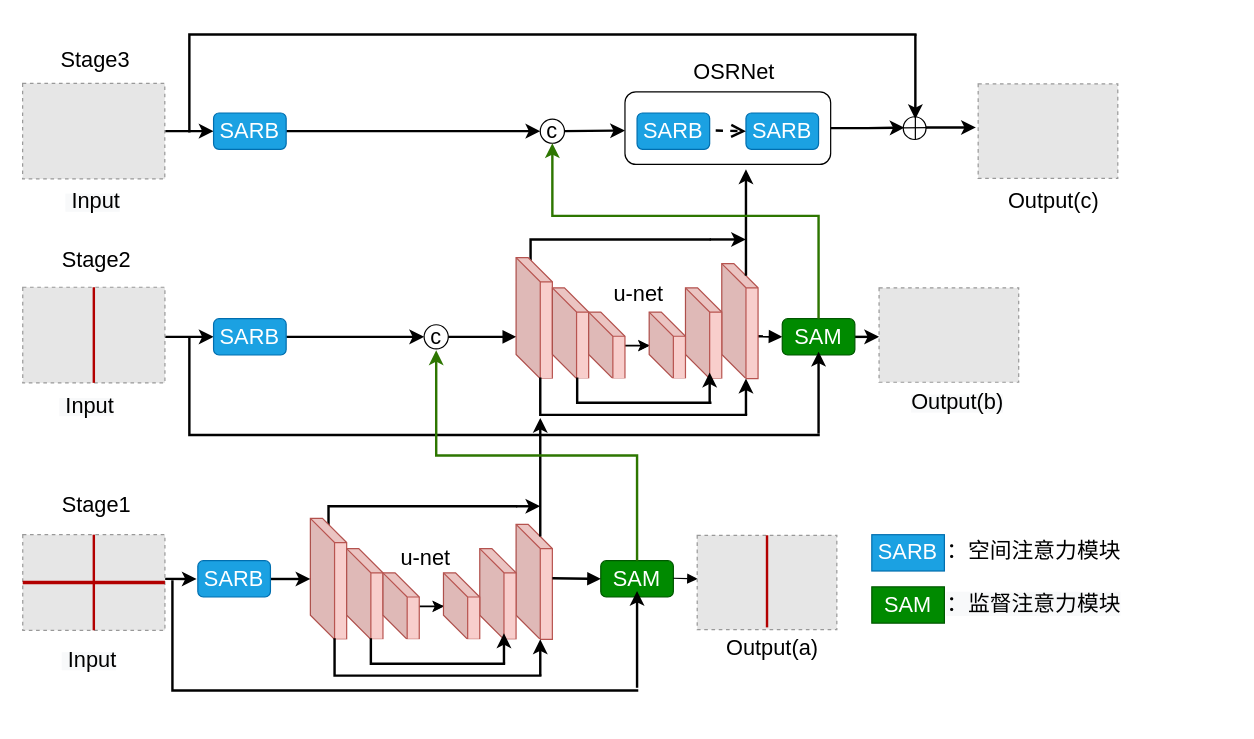
This is SARB.drawio from hornchan/mytest, a draw.io file, before an edit. Source tidied: cells renumbered, new cells numbered last; positions are measured from the earlier drawing's top-left corner, leaving out a move shared by most shapes. Both pictures are drawn from the tidied source at 121%, with x=0, y=0 at pixel (22, 34). Pictures stored in the file or linked from it are replaced by grey dashed boxes.
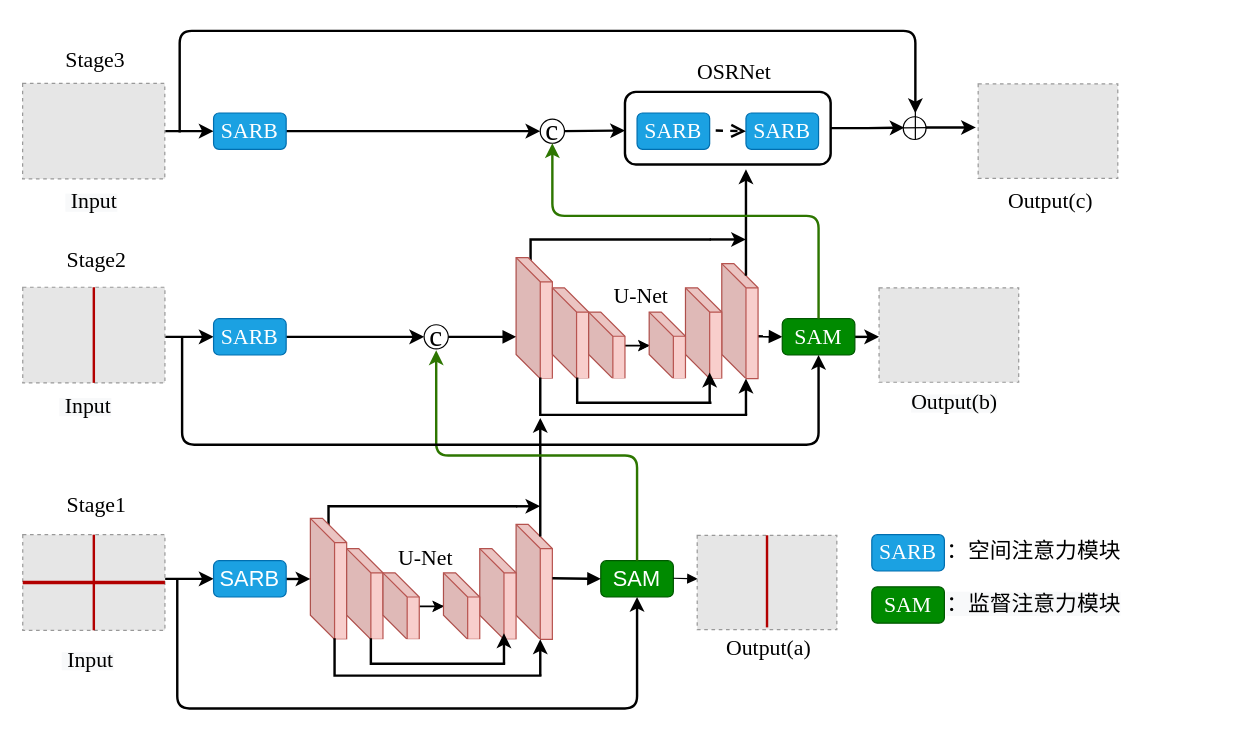
Above is the later version.

The change refers to these unchanged cells:
```xml
<mxCell id="4" value="&lt;font style=&quot;font-size: 18px&quot;&gt;SAM&lt;/font&gt;" style="rounded=1;whiteSpace=wrap;html=1;fontSize=18;fillColor=#008a00;strokeColor=#005700;fontColor=#ffffff;" parent="1" vertex="1">
  <mxGeometry x="478" y="434.9" width="60" height="30" as="geometry" />
</mxCell>
```

The edit, as a diff of the source:
```diff
@@
-    <mxCell id="5" value="c" style="ellipse;whiteSpace=wrap;html=1;fontSize=18;" parent="1" vertex="1">
+    <mxCell id="5" value="&lt;font style=&quot;font-size: 24px;&quot; face=&quot;Times New Roman&quot;&gt;c&lt;/font&gt;" style="ellipse;whiteSpace=wrap;html=1;fontSize=18;" parent="1" vertex="1">
       <mxGeometry x="332" y="239.9" width="20" height="20" as="geometry" />
     </mxCell>
@@
-    <mxCell id="17" style="endArrow=classic;html=1;rounded=0;fontSize=12;exitX=1;exitY=0.5;exitDx=0;exitDy=0;strokeWidth=2;" parent="1" edge="1">
+    <mxCell id="17" style="endArrow=classic;html=1;rounded=0;fontSize=12;exitX=1;exitY=0.5;exitDx=0;exitDy=0;strokeWidth=2;entryX=0;entryY=0.5;entryDx=0;entryDy=0;" parent="1" edge="1" target="82">
       <mxGeometry relative="1" as="geometry">
         <mxPoint x="118" y="449.9" as="sourcePoint" />
-        <mxPoint x="144" y="450" as="targetPoint" />
       </mxGeometry>
     </mxCell>
@@
-    <mxCell id="22" style="shape=partialRectangle;whiteSpace=wrap;html=1;bottom=0;right=0;fillColor=none;direction=north;strokeWidth=2;" parent="1" vertex="1">
-      <mxGeometry x="124" y="452" width="384" height="90.1" as="geometry" />
-    </mxCell>
@@
-    <mxCell id="25" value="&lt;font style=&quot;font-size: 18px&quot;&gt;SAM&lt;/font&gt;" style="rounded=1;whiteSpace=wrap;html=1;fontSize=18;fillColor=#008a00;strokeColor=#005700;fontColor=#ffffff;" parent="1" vertex="1">
+    <mxCell id="25" value="&lt;font face=&quot;Times New Roman&quot; style=&quot;font-size: 18px&quot;&gt;SAM&lt;/font&gt;" style="rounded=1;whiteSpace=wrap;html=1;fontSize=18;fillColor=#008a00;strokeColor=#005700;fontColor=#ffffff;" parent="1" vertex="1">
       <mxGeometry x="628" y="234.9" width="60" height="30" as="geometry" />
     </mxCell>
@@
-    <mxCell id="45" style="edgeStyle=orthogonalEdgeStyle;rounded=0;orthogonalLoop=1;jettySize=auto;html=1;strokeWidth=2;" parent="1" edge="1">
-      <mxGeometry relative="1" as="geometry">
-        <mxPoint x="508" y="539.9" as="sourcePoint" />
-        <mxPoint x="508" y="459.9" as="targetPoint" />
-      </mxGeometry>
-    </mxCell>
-    <mxCell id="46" style="shape=partialRectangle;whiteSpace=wrap;html=1;bottom=0;right=0;fillColor=none;direction=north;strokeWidth=2;" parent="1" vertex="1">
-      <mxGeometry x="138" y="251" width="520" height="80" as="geometry" />
-    </mxCell>
-    <mxCell id="47" style="edgeStyle=orthogonalEdgeStyle;rounded=0;orthogonalLoop=1;jettySize=auto;html=1;strokeWidth=2;" parent="1" edge="1">
-      <mxGeometry relative="1" as="geometry">
-        <mxPoint x="658" y="329.9" as="sourcePoint" />
-        <mxPoint x="658" y="262.1" as="targetPoint" />
-      </mxGeometry>
-    </mxCell>
@@
-    <mxCell id="50" style="edgeStyle=elbowEdgeStyle;elbow=vertical;endArrow=classic;html=1;exitX=0.5;exitY=0;exitDx=0;exitDy=0;fillColor=#60a917;strokeColor=#2D7600;rounded=0;strokeWidth=2;" parent="1" edge="1" source="4">
+    <mxCell id="50" style="edgeStyle=elbowEdgeStyle;elbow=vertical;endArrow=classic;html=1;exitX=0.5;exitY=0;exitDx=0;exitDy=0;fillColor=#60a917;strokeColor=#2D7600;rounded=1;strokeWidth=2;" parent="1" edge="1" source="4">
       <mxGeometry relative="1" as="geometry">
         <mxPoint x="342" y="261" as="targetPoint" />
       </mxGeometry>
     </mxCell>
-    <mxCell id="51" value="c" style="ellipse;whiteSpace=wrap;html=1;fontSize=18;" parent="1" vertex="1">
+    <mxCell id="51" value="&lt;font style=&quot;font-size: 24px;&quot; face=&quot;Times New Roman&quot;&gt;c&lt;/font&gt;" style="ellipse;whiteSpace=wrap;html=1;fontSize=18;" parent="1" vertex="1">
       <mxGeometry x="428" y="69.9" width="20" height="20" as="geometry" />
     </mxCell>
@@
-    <mxCell id="53" style="rounded=1;whiteSpace=wrap;html=1;" parent="1" vertex="1">
+    <mxCell id="53" style="rounded=1;whiteSpace=wrap;html=1;strokeWidth=2;" parent="1" vertex="1">
       <mxGeometry x="498" y="47.4" width="170" height="60" as="geometry" />
     </mxCell>
@@
-    <mxCell id="55" value="&lt;font style=&quot;font-size: 18px&quot;&gt;SARB&lt;/font&gt;" style="rounded=1;whiteSpace=wrap;html=1;fontSize=18;fillColor=#1ba1e2;strokeColor=#006EAF;fontColor=#ffffff;" parent="1" vertex="1">
+    <mxCell id="55" value="&lt;font face=&quot;Times New Roman&quot; style=&quot;font-size: 18px&quot;&gt;SARB&lt;/font&gt;" style="rounded=1;whiteSpace=wrap;html=1;fontSize=18;fillColor=#1ba1e2;strokeColor=#006EAF;fontColor=#ffffff;" parent="1" vertex="1">
       <mxGeometry x="598" y="64.9" width="60" height="30" as="geometry" />
     </mxCell>
@@
-    <mxCell id="57" value="&lt;font style=&quot;font-size: 18px&quot;&gt;SARB&lt;/font&gt;" style="rounded=1;whiteSpace=wrap;html=1;fontSize=18;fillColor=#1ba1e2;strokeColor=#006EAF;fontColor=#ffffff;" parent="1" vertex="1">
+    <mxCell id="57" value="&lt;font face=&quot;Times New Roman&quot; style=&quot;font-size: 18px&quot;&gt;SARB&lt;/font&gt;" style="rounded=1;whiteSpace=wrap;html=1;fontSize=18;fillColor=#1ba1e2;strokeColor=#006EAF;fontColor=#ffffff;" parent="1" vertex="1">
       <mxGeometry x="508" y="64.9" width="60" height="30" as="geometry" />
     </mxCell>
@@
-    <mxCell id="61" style="edgeStyle=elbowEdgeStyle;elbow=vertical;endArrow=classic;html=1;rounded=0;exitX=0.5;exitY=0;exitDx=0;exitDy=0;fillColor=#60a917;strokeColor=#2D7600;strokeWidth=2;" parent="1" edge="1" source="25">
+    <mxCell id="61" style="edgeStyle=elbowEdgeStyle;elbow=vertical;endArrow=classic;html=1;rounded=1;exitX=0.5;exitY=0;exitDx=0;exitDy=0;fillColor=#60a917;strokeColor=#2D7600;strokeWidth=2;" parent="1" edge="1" source="25">
       <mxGeometry relative="1" as="geometry">
         <mxPoint x="438" y="89.9" as="targetPoint" />
         <Array as="points">
           <mxPoint x="548" y="149.9" />
         </Array>
       </mxGeometry>
     </mxCell>
@@
-    <mxCell id="63" style="shape=partialRectangle;whiteSpace=wrap;html=1;bottom=0;right=0;fillColor=none;strokeColor=#000000;strokeWidth=2;" parent="1" vertex="1">
-      <mxGeometry x="138" width="600" height="80" as="geometry" />
-    </mxCell>
-    <mxCell id="64" style="endArrow=classic;html=1;rounded=0;strokeColor=#000000;strokeWidth=2;" parent="1" edge="1">
-      <mxGeometry relative="1" as="geometry">
-        <mxPoint x="738" y="-0.1" as="sourcePoint" />
-        <mxPoint x="738" y="69.9" as="targetPoint" />
-      </mxGeometry>
-    </mxCell>
@@
-    <mxCell id="67" value="&lt;font style=&quot;font-size: 18px&quot;&gt;Stage3&lt;/font&gt;" style="text;html=1;align=center;verticalAlign=middle;strokeColor=none;fillColor=none;fontSize=13;" parent="1" vertex="1">
-      <mxGeometry x="26" y="10" width="67" height="22" as="geometry" />
+    <mxCell id="67" value="&lt;font face=&quot;Times New Roman&quot; style=&quot;font-size: 18px&quot;&gt;Stage3&lt;/font&gt;" style="text;html=1;align=center;verticalAlign=middle;strokeColor=none;fillColor=none;fontSize=13;" parent="1" vertex="1">
+      <mxGeometry x="26" y="4" width="67" height="34" as="geometry" />
     </mxCell>
-    <mxCell id="68" value="&lt;font style=&quot;font-size: 18px&quot;&gt;Stage2&lt;/font&gt;" style="text;html=1;align=center;verticalAlign=middle;strokeColor=none;fillColor=none;fontSize=13;" parent="1" vertex="1">
-      <mxGeometry x="27" y="176" width="67" height="22" as="geometry" />
+    <mxCell id="68" value="&lt;font face=&quot;Times New Roman&quot; style=&quot;font-size: 18px&quot;&gt;Stage2&lt;/font&gt;" style="text;html=1;align=center;verticalAlign=middle;strokeColor=none;fillColor=none;fontSize=13;" parent="1" vertex="1">
+      <mxGeometry x="27" y="170" width="67" height="34" as="geometry" />
     </mxCell>
-    <mxCell id="69" value="&lt;font style=&quot;font-size: 18px&quot;&gt;Stage1&lt;/font&gt;" style="text;html=1;align=center;verticalAlign=middle;fontSize=13;" parent="1" vertex="1">
-      <mxGeometry x="27" y="377.9" width="67" height="22" as="geometry" />
+    <mxCell id="69" value="&lt;font face=&quot;Times New Roman&quot; style=&quot;font-size: 18px&quot;&gt;Stage1&lt;/font&gt;" style="text;html=1;align=center;verticalAlign=middle;fontSize=13;" parent="1" vertex="1">
+      <mxGeometry x="27" y="371.9" width="67" height="34" as="geometry" />
     </mxCell>
-    <mxCell id="70" value="&lt;span style=&quot;color: rgb(0 , 0 , 0) ; font-family: &amp;#34;helvetica&amp;#34; ; font-style: normal ; font-weight: 400 ; letter-spacing: normal ; text-align: center ; text-indent: 0px ; text-transform: none ; word-spacing: 0px ; background-color: rgb(248 , 249 , 250) ; display: inline ; float: none&quot;&gt;&lt;font style=&quot;font-size: 18px&quot;&gt;&amp;nbsp;Input&lt;/font&gt;&lt;/span&gt;" style="text;whiteSpace=wrap;html=1;fontSize=13;" parent="1" vertex="1">
+    <mxCell id="70" value="&lt;span style=&quot;color: rgb(0, 0, 0); font-style: normal; font-weight: 400; letter-spacing: normal; text-align: center; text-indent: 0px; text-transform: none; word-spacing: 0px; background-color: rgb(248, 249, 250); display: inline; float: none;&quot;&gt;&lt;font face=&quot;Times New Roman&quot; style=&quot;font-size: 18px;&quot;&gt;&amp;nbsp;Input&lt;/font&gt;&lt;/span&gt;" style="text;whiteSpace=wrap;html=1;fontSize=13;" parent="1" vertex="1">
       <mxGeometry x="31" y="499.9" width="70" height="30" as="geometry" />
     </mxCell>
-    <mxCell id="71" value="&lt;div style=&quot;text-align: center&quot;&gt;&lt;span style=&quot;font-family: &amp;#34;helvetica&amp;#34;&quot;&gt;&lt;font style=&quot;font-size: 18px&quot;&gt;Output(a)&lt;/font&gt;&lt;/span&gt;&lt;br&gt;&lt;/div&gt;" style="text;whiteSpace=wrap;html=1;fontSize=13;" parent="1" vertex="1">
+    <mxCell id="71" value="&lt;div style=&quot;text-align: center&quot;&gt;&lt;font face=&quot;Times New Roman&quot; style=&quot;font-size: 18px;&quot;&gt;Output(a)&lt;/font&gt;&lt;br&gt;&lt;/div&gt;" style="text;whiteSpace=wrap;html=1;fontSize=13;" parent="1" vertex="1">
       <mxGeometry x="580.4" y="490" width="70" height="30" as="geometry" />
     </mxCell>
-    <mxCell id="72" value="&lt;span style=&quot;color: rgb(0 , 0 , 0) ; font-family: &amp;#34;helvetica&amp;#34; ; font-style: normal ; font-weight: 400 ; letter-spacing: normal ; text-align: center ; text-indent: 0px ; text-transform: none ; word-spacing: 0px ; background-color: rgb(248 , 249 , 250) ; display: inline ; float: none&quot;&gt;&lt;font style=&quot;font-size: 18px&quot;&gt;Output(b)&lt;/font&gt;&lt;/span&gt;" style="text;whiteSpace=wrap;html=1;fontSize=13;" parent="1" vertex="1">
+    <mxCell id="72" value="&lt;span style=&quot;color: rgb(0, 0, 0); font-style: normal; font-weight: 400; letter-spacing: normal; text-align: center; text-indent: 0px; text-transform: none; word-spacing: 0px; background-color: rgb(248, 249, 250); display: inline; float: none;&quot;&gt;&lt;font face=&quot;Times New Roman&quot; style=&quot;font-size: 18px;&quot;&gt;Output(b)&lt;/font&gt;&lt;/span&gt;" style="text;whiteSpace=wrap;html=1;fontSize=13;" parent="1" vertex="1">
       <mxGeometry x="733.4" y="287.4" width="70" height="30" as="geometry" />
     </mxCell>
-    <mxCell id="73" value="&lt;div style=&quot;text-align: center&quot;&gt;&lt;span style=&quot;font-family: &amp;#34;helvetica&amp;#34;&quot;&gt;&lt;font style=&quot;font-size: 18px&quot;&gt;Output(c)&lt;/font&gt;&lt;/span&gt;&lt;br&gt;&lt;/div&gt;" style="text;whiteSpace=wrap;html=1;fontSize=13;" parent="1" vertex="1">
+    <mxCell id="73" value="&lt;div style=&quot;text-align: center&quot;&gt;&lt;font face=&quot;Times New Roman&quot; style=&quot;font-size: 18px;&quot;&gt;Output(c)&lt;/font&gt;&lt;br&gt;&lt;/div&gt;" style="text;whiteSpace=wrap;html=1;fontSize=13;" parent="1" vertex="1">
       <mxGeometry x="812.6" y="120.9" width="70" height="30" as="geometry" />
     </mxCell>
-    <mxCell id="74" value="&lt;span style=&quot;color: rgb(0 , 0 , 0) ; font-family: &amp;#34;helvetica&amp;#34; ; font-style: normal ; font-weight: 400 ; letter-spacing: normal ; text-align: center ; text-indent: 0px ; text-transform: none ; word-spacing: 0px ; background-color: rgb(248 , 249 , 250) ; display: inline ; float: none&quot;&gt;&lt;font style=&quot;font-size: 18px&quot;&gt;&amp;nbsp;Input&lt;/font&gt;&lt;/span&gt;" style="text;whiteSpace=wrap;html=1;fontSize=13;" parent="1" vertex="1">
+    <mxCell id="74" value="&lt;span style=&quot;color: rgb(0, 0, 0); font-style: normal; font-weight: 400; letter-spacing: normal; text-align: center; text-indent: 0px; text-transform: none; word-spacing: 0px; background-color: rgb(248, 249, 250); display: inline; float: none;&quot;&gt;&lt;font face=&quot;Times New Roman&quot; style=&quot;font-size: 18px;&quot;&gt;&amp;nbsp;Input&lt;/font&gt;&lt;/span&gt;" style="text;whiteSpace=wrap;html=1;fontSize=13;" parent="1" vertex="1">
       <mxGeometry x="29" y="290" width="70" height="30" as="geometry" />
     </mxCell>
-    <mxCell id="75" value="&lt;span style=&quot;color: rgb(0 , 0 , 0) ; font-family: &amp;#34;helvetica&amp;#34; ; font-style: normal ; font-weight: 400 ; letter-spacing: normal ; text-align: center ; text-indent: 0px ; text-transform: none ; word-spacing: 0px ; background-color: rgb(248 , 249 , 250) ; display: inline ; float: none&quot;&gt;&lt;font style=&quot;font-size: 18px&quot;&gt;&amp;nbsp;Input&lt;/font&gt;&lt;/span&gt;" style="text;whiteSpace=wrap;html=1;fontSize=13;" parent="1" vertex="1">
+    <mxCell id="75" value="&lt;span style=&quot;color: rgb(0, 0, 0); font-style: normal; font-weight: 400; letter-spacing: normal; text-align: center; text-indent: 0px; text-transform: none; word-spacing: 0px; background-color: rgb(248, 249, 250); display: inline; float: none;&quot;&gt;&lt;font face=&quot;Times New Roman&quot; style=&quot;font-size: 18px;&quot;&gt;&amp;nbsp;Input&lt;/font&gt;&lt;/span&gt;" style="text;whiteSpace=wrap;html=1;fontSize=13;" parent="1" vertex="1">
       <mxGeometry x="34" y="120.9" width="70" height="30" as="geometry" />
     </mxCell>
-    <mxCell id="76" value="&lt;font style=&quot;font-size: 18px&quot;&gt;u-net&lt;/font&gt;" style="text;html=1;align=center;verticalAlign=middle;fontSize=13;" parent="1" vertex="1">
-      <mxGeometry x="307" y="422" width="51" height="22" as="geometry" />
+    <mxCell id="76" value="&lt;font face=&quot;Times New Roman&quot; style=&quot;font-size: 18px&quot;&gt;U-Net&lt;/font&gt;" style="text;html=1;align=center;verticalAlign=middle;fontSize=13;" parent="1" vertex="1">
+      <mxGeometry x="301" y="416" width="63" height="34" as="geometry" />
     </mxCell>
-    <mxCell id="77" value="&lt;font style=&quot;font-size: 18px&quot;&gt;u-net&lt;/font&gt;" style="text;html=1;align=center;verticalAlign=middle;strokeColor=none;fillColor=none;fontSize=13;" parent="1" vertex="1">
-      <mxGeometry x="483" y="204" width="51" height="22" as="geometry" />
+    <mxCell id="77" value="&lt;p&gt;&lt;font face=&quot;Times New Roman&quot; style=&quot;font-size: 18px;&quot;&gt;U-Net&lt;/font&gt;&lt;/p&gt;" style="text;html=1;align=center;verticalAlign=middle;strokeColor=none;fillColor=none;fontSize=13;" parent="1" vertex="1">
+      <mxGeometry x="479" y="186" width="63" height="60" as="geometry" />
     </mxCell>
-    <mxCell id="78" value="&lt;span style=&quot;font-size: 18px;&quot;&gt;OSRNet&lt;/span&gt;" style="text;html=1;align=center;verticalAlign=middle;strokeColor=none;fillColor=none;" parent="1" vertex="1">
-      <mxGeometry x="545" y="13.9" width="85" height="34" as="geometry" />
+    <mxCell id="78" value="&lt;span style=&quot;font-size: 18px;&quot;&gt;&lt;font face=&quot;Times New Roman&quot;&gt;OSRNet&lt;/font&gt;&lt;/span&gt;" style="text;html=1;align=center;verticalAlign=middle;strokeColor=none;fillColor=none;" parent="1" vertex="1">
+      <mxGeometry x="548" y="13.9" width="79" height="34" as="geometry" />
     </mxCell>
@@
+    <mxCell id="97" style="edgeStyle=orthogonalEdgeStyle;rounded=1;jumpSize=7;orthogonalLoop=1;jettySize=auto;html=1;strokeWidth=2;" parent="1" edge="1">
+      <mxGeometry relative="1" as="geometry">
+        <mxPoint x="130" y="81" as="sourcePoint" />
+        <mxPoint x="738" y="65" as="targetPoint" />
+        <Array as="points">
+          <mxPoint x="130" y="-3" />
+          <mxPoint x="738" y="-3" />
+        </Array>
+      </mxGeometry>
+    </mxCell>
-    <mxCell id="80" value="&lt;font style=&quot;font-size: 18px&quot;&gt;SARB&lt;/font&gt;" style="rounded=1;whiteSpace=wrap;html=1;fontSize=18;fillColor=#1ba1e2;strokeColor=#006EAF;fontColor=#ffffff;" parent="1" vertex="1">
+    <mxCell id="80" value="&lt;font face=&quot;Times New Roman&quot; style=&quot;font-size: 18px&quot;&gt;SARB&lt;/font&gt;" style="rounded=1;whiteSpace=wrap;html=1;fontSize=18;fillColor=#1ba1e2;strokeColor=#006EAF;fontColor=#ffffff;" parent="1" vertex="1">
       <mxGeometry x="158" y="64.9" width="60" height="30" as="geometry" />
     </mxCell>
+    <mxCell id="98" style="edgeStyle=orthogonalEdgeStyle;rounded=1;jumpSize=7;jettySize=auto;html=1;entryX=0.5;entryY=1;entryDx=0;entryDy=0;strokeWidth=2;" parent="1" edge="1" target="25">
+      <mxGeometry relative="1" as="geometry">
+        <mxPoint x="132" y="250" as="sourcePoint" />
+        <Array as="points">
+          <mxPoint x="132" y="265" />
+          <mxPoint x="132" y="339" />
+          <mxPoint x="658" y="339" />
+        </Array>
+      </mxGeometry>
+    </mxCell>
-    <mxCell id="81" value="SARB" style="rounded=1;whiteSpace=wrap;html=1;fontSize=18;fillColor=#1ba1e2;strokeColor=#006EAF;fontColor=#ffffff;" parent="1" vertex="1">
+    <mxCell id="81" value="&lt;font face=&quot;Times New Roman&quot;&gt;SARB&lt;/font&gt;" style="rounded=1;whiteSpace=wrap;html=1;fontSize=18;fillColor=#1ba1e2;strokeColor=#006EAF;fontColor=#ffffff;" parent="1" vertex="1">
       <mxGeometry x="158" y="234.9" width="60" height="30" as="geometry" />
     </mxCell>
+    <mxCell id="99" style="edgeStyle=orthogonalEdgeStyle;rounded=1;jumpSize=7;jettySize=auto;html=1;entryX=0.5;entryY=1;entryDx=0;entryDy=0;strokeWidth=2;" parent="1" edge="1" target="4">
+      <mxGeometry relative="1" as="geometry">
+        <mxPoint x="128" y="450" as="sourcePoint" />
+        <Array as="points">
+          <mxPoint x="128" y="557" />
+          <mxPoint x="508" y="557" />
+        </Array>
+      </mxGeometry>
+    </mxCell>
     <mxCell id="82" value="&lt;font style=&quot;font-size: 18px&quot;&gt;SARB&lt;/font&gt;" style="rounded=1;whiteSpace=wrap;html=1;fontSize=18;fillColor=#1ba1e2;strokeColor=#006EAF;fontColor=#ffffff;" parent="1" vertex="1">
-      <mxGeometry x="145" y="434.9" width="60" height="30" as="geometry" />
+      <mxGeometry x="158" y="434.9" width="60" height="30" as="geometry" />
     </mxCell>
@@
-    <mxCell id="91" value="&lt;font style=&quot;font-size: 18px&quot;&gt;SARB&lt;/font&gt;" style="rounded=0;whiteSpace=wrap;html=1;fontSize=18;fillColor=#1ba1e2;strokeColor=#006EAF;fontColor=#ffffff;" parent="1" vertex="1">
+    <mxCell id="91" value="&lt;font face=&quot;Times New Roman&quot; style=&quot;font-size: 18px&quot;&gt;SARB&lt;/font&gt;" style="rounded=1;whiteSpace=wrap;html=1;fontSize=18;fillColor=#1ba1e2;strokeColor=#006EAF;fontColor=#ffffff;" parent="1" vertex="1">
       <mxGeometry x="702" y="413.4" width="60" height="30" as="geometry" />
     </mxCell>
-    <mxCell id="92" value="&lt;font style=&quot;font-size: 18px&quot;&gt;SAM&lt;/font&gt;" style="rounded=0;whiteSpace=wrap;html=1;fontSize=18;fillColor=#008a00;strokeColor=#005700;fontColor=#ffffff;" parent="1" vertex="1">
+    <mxCell id="92" value="&lt;font face=&quot;Times New Roman&quot; style=&quot;font-size: 18px&quot;&gt;SAM&lt;/font&gt;" style="rounded=1;whiteSpace=wrap;html=1;fontSize=18;fillColor=#008a00;strokeColor=#005700;fontColor=#ffffff;" parent="1" vertex="1">
       <mxGeometry x="702" y="456.5" width="60" height="30" as="geometry" />
     </mxCell>
```
